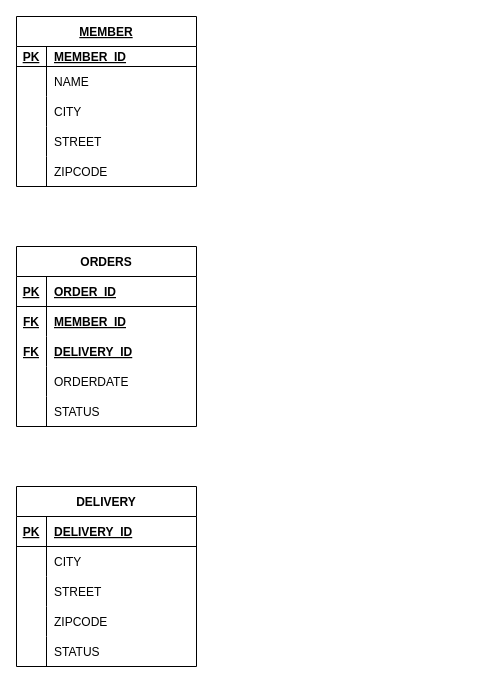
Before: P004_SpringStudy_00_JPA.drawio in JUNGJUNILL/Draw.io, a draw.io diagram. Source tidied: cells renumbered, new cells numbered last; positions are measured from the earlier drawing's top-left corner, leaving out a move shared by most shapes. Both pictures are drawn from the tidied source at 100%, with x=0, y=0 at pixel (16, 16).
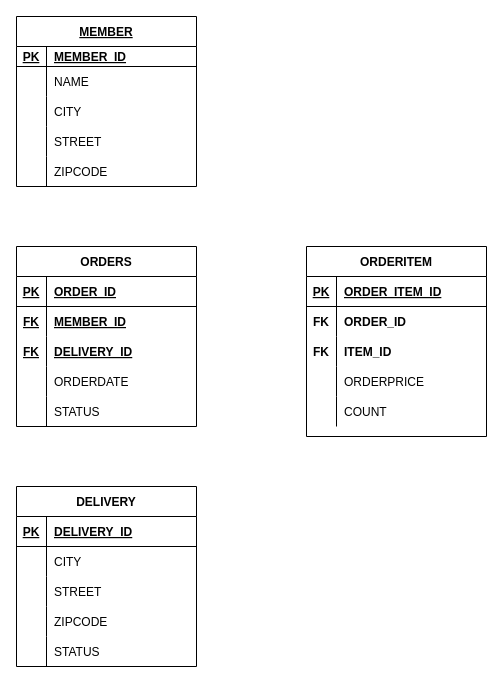
Above is the later version.

Change to the diagram source:
```diff
@@
+    <mxCell id="50" value="ORDERITEM" style="shape=table;startSize=30;childLayout=tableLayout;rowLines=0;fontStyle=1;align=center;" parent="1" vertex="1">
+      <mxGeometry x="290" y="230" width="180" height="190" as="geometry" />
+    </mxCell>
+    <mxCell id="51" style="shape=tableRow;horizontal=0;startSize=0;swimlaneHead=0;swimlaneBody=0;fillColor=none;top=0;left=0;right=0;bottom=1;" parent="50" vertex="1">
+      <mxGeometry y="30" width="180" height="30" as="geometry" />
+    </mxCell>
+    <mxCell id="52" value="PK" style="shape=partialRectangle;fillColor=none;top=0;left=0;bottom=0;right=0;fontStyle=5;overflow=hidden;" parent="51" vertex="1">
+      <mxGeometry width="30" height="30" as="geometry" />
+    </mxCell>
+    <mxCell id="53" value="ORDER_ITEM_ID" style="shape=partialRectangle;fillColor=none;top=0;left=0;bottom=0;right=0;align=left;spacingLeft=6;fontStyle=5;overflow=hidden;" parent="51" vertex="1">
+      <mxGeometry x="30" width="150" height="30" as="geometry" />
+    </mxCell>
+    <mxCell id="54" style="shape=tableRow;horizontal=0;startSize=0;swimlaneHead=0;swimlaneBody=0;fillColor=none;top=0;left=0;right=0;bottom=0;" parent="50" vertex="1">
+      <mxGeometry y="60" width="180" height="30" as="geometry" />
+    </mxCell>
+    <mxCell id="55" value="FK" style="shape=partialRectangle;fillColor=none;top=0;left=0;bottom=0;right=0;overflow=hidden;fontStyle=1;" parent="54" vertex="1">
+      <mxGeometry width="30" height="30" as="geometry" />
+    </mxCell>
+    <mxCell id="56" value="ORDER_ID" style="shape=partialRectangle;fillColor=none;top=0;left=0;bottom=0;right=0;align=left;spacingLeft=6;overflow=hidden;fontStyle=1;" parent="54" vertex="1">
+      <mxGeometry x="30" width="150" height="30" as="geometry" />
+    </mxCell>
+    <mxCell id="57" style="shape=tableRow;horizontal=0;startSize=0;swimlaneHead=0;swimlaneBody=0;fillColor=none;top=0;left=0;right=0;bottom=0;" parent="50" vertex="1">
+      <mxGeometry y="90" width="180" height="30" as="geometry" />
+    </mxCell>
+    <mxCell id="58" value="FK" style="shape=partialRectangle;fillColor=none;top=0;left=0;bottom=0;right=0;overflow=hidden;fontStyle=1;" parent="57" vertex="1">
+      <mxGeometry width="30" height="30" as="geometry" />
+    </mxCell>
+    <mxCell id="59" value="ITEM_ID" style="shape=partialRectangle;fillColor=none;top=0;left=0;bottom=0;right=0;align=left;spacingLeft=6;overflow=hidden;fontStyle=1;" parent="57" vertex="1">
+      <mxGeometry x="30" width="150" height="30" as="geometry" />
+    </mxCell>
+    <mxCell id="60" style="shape=tableRow;horizontal=0;startSize=0;swimlaneHead=0;swimlaneBody=0;fillColor=none;top=0;left=0;right=0;bottom=0;" parent="50" vertex="1">
+      <mxGeometry y="120" width="180" height="30" as="geometry" />
+    </mxCell>
+    <mxCell id="61" style="shape=partialRectangle;fillColor=none;top=0;left=0;bottom=0;right=0;overflow=hidden;" parent="60" vertex="1">
+      <mxGeometry width="30" height="30" as="geometry" />
+    </mxCell>
+    <mxCell id="62" value="ORDERPRICE" style="shape=partialRectangle;fillColor=none;top=0;left=0;bottom=0;right=0;align=left;spacingLeft=6;overflow=hidden;" parent="60" vertex="1">
+      <mxGeometry x="30" width="150" height="30" as="geometry" />
+    </mxCell>
+    <mxCell id="63" style="shape=tableRow;horizontal=0;startSize=0;swimlaneHead=0;swimlaneBody=0;fillColor=none;top=0;left=0;right=0;bottom=0;" parent="50" vertex="1">
+      <mxGeometry y="150" width="180" height="30" as="geometry" />
+    </mxCell>
+    <mxCell id="64" style="shape=partialRectangle;fillColor=none;top=0;left=0;bottom=0;right=0;overflow=hidden;" parent="63" vertex="1">
+      <mxGeometry width="30" height="30" as="geometry" />
+    </mxCell>
+    <mxCell id="65" value="COUNT" style="shape=partialRectangle;fillColor=none;top=0;left=0;bottom=0;right=0;align=left;spacingLeft=6;overflow=hidden;" parent="63" vertex="1">
+      <mxGeometry x="30" width="150" height="30" as="geometry" />
+    </mxCell>
```
